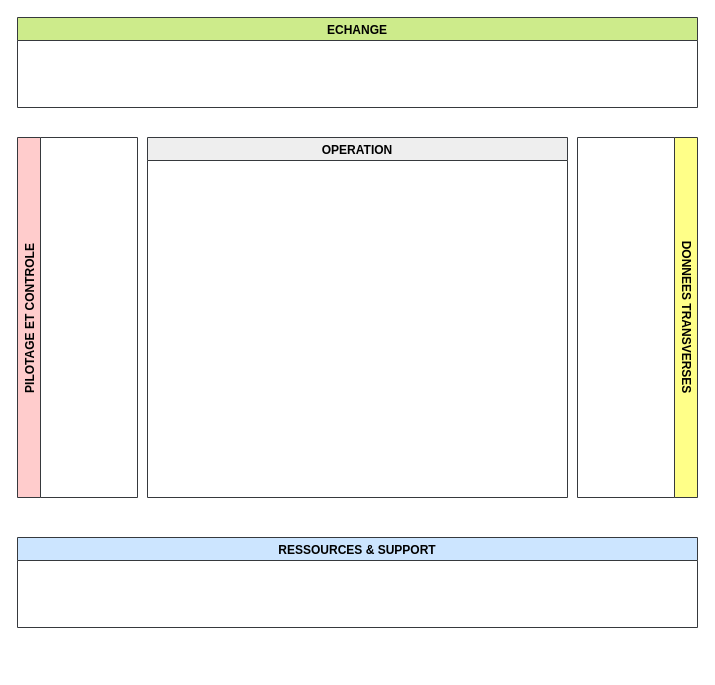
This is carte_POS.drawio from Kajjabe/TEST, a draw.io file, before an edit. Source tidied: cells renumbered, new cells numbered last; positions are measured from the earlier drawing's top-left corner, leaving out a move shared by most shapes. Both pictures are drawn from the tidied source at 100%, with x=0, y=0 at pixel (17, 17).
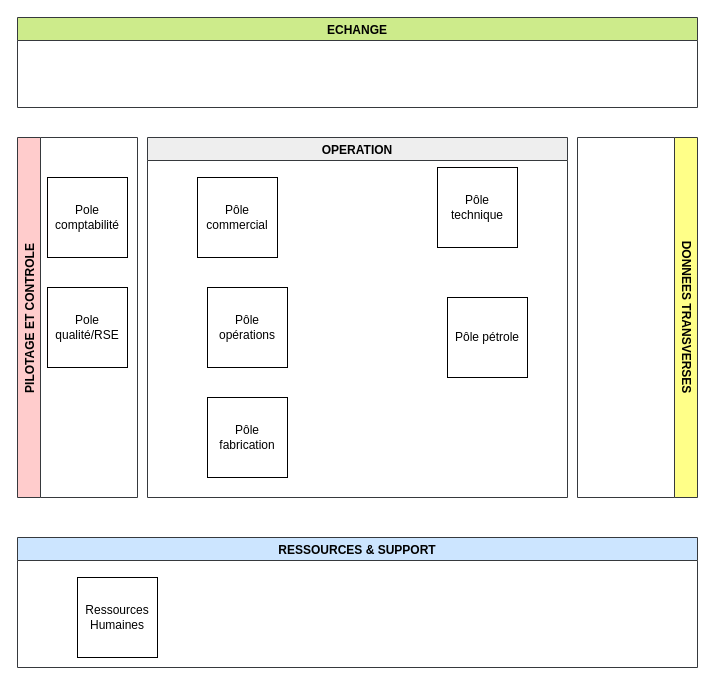
The same page after the edit.

What changed in the source:
```diff
@@
 <mxGraphModel>
   <root>
     <mxCell id="0" />
     <mxCell id="1" parent="0" />
     <mxCell id="2" value="ECHANGE" style="swimlane;fillColor=#cdeb8b;strokeColor=#36393d;" parent="1" vertex="1">
       <mxGeometry width="680" height="90" as="geometry" />
     </mxCell>
     <mxCell id="3" value="RESSOURCES &amp; SUPPORT" style="swimlane;fillColor=#cce5ff;strokeColor=#36393d;" parent="1" vertex="1">
-      <mxGeometry y="520" width="680" height="90" as="geometry" />
+      <mxGeometry y="520" width="680" height="130" as="geometry" />
     </mxCell>
+    <mxCell id="7" value="Ressources Humaines" style="whiteSpace=wrap;html=1;" parent="3" vertex="1">
+      <mxGeometry x="60" y="40" width="80" height="80" as="geometry" />
+    </mxCell>
     <mxCell id="4" value="PILOTAGE ET CONTROLE" style="swimlane;horizontal=0;fillColor=#ffcccc;strokeColor=#36393d;" parent="1" vertex="1">
       <mxGeometry y="120" width="120" height="360" as="geometry" />
     </mxCell>
+    <mxCell id="8" value="Pole comptabilité" style="whiteSpace=wrap;html=1;" parent="4" vertex="1">
+      <mxGeometry x="30" y="40" width="80" height="80" as="geometry" />
+    </mxCell>
+    <mxCell id="9" value="Pole qualité/RSE" style="whiteSpace=wrap;html=1;" parent="4" vertex="1">
+      <mxGeometry x="30" y="150" width="80" height="80" as="geometry" />
+    </mxCell>
     <mxCell id="5" value="DONNEES TRANSVERSES" style="swimlane;horizontal=0;rotation=-180;fillColor=#ffff88;strokeColor=#36393d;" parent="1" vertex="1">
       <mxGeometry x="560" y="120" width="120" height="360" as="geometry" />
     </mxCell>
     <mxCell id="6" value="OPERATION" style="swimlane;fillColor=#eeeeee;strokeColor=#36393d;" parent="1" vertex="1">
       <mxGeometry x="130" y="120" width="420" height="360" as="geometry" />
     </mxCell>
+    <mxCell id="10" value="Pôle commercial" style="whiteSpace=wrap;html=1;" parent="6" vertex="1">
+      <mxGeometry x="50" y="40" width="80" height="80" as="geometry" />
+    </mxCell>
+    <mxCell id="11" value="Pôle fabrication" style="whiteSpace=wrap;html=1;" parent="6" vertex="1">
+      <mxGeometry x="60" y="260" width="80" height="80" as="geometry" />
+    </mxCell>
+    <mxCell id="12" value="Pôle technique" style="whiteSpace=wrap;html=1;" parent="6" vertex="1">
+      <mxGeometry x="290" y="30" width="80" height="80" as="geometry" />
+    </mxCell>
+    <mxCell id="13" value="Pôle opérations" style="whiteSpace=wrap;html=1;" parent="6" vertex="1">
+      <mxGeometry x="60" y="150" width="80" height="80" as="geometry" />
+    </mxCell>
+    <mxCell id="14" value="Pôle pétrole" style="whiteSpace=wrap;html=1;" parent="6" vertex="1">
+      <mxGeometry x="300" y="160" width="80" height="80" as="geometry" />
+    </mxCell>
   </root>
 </mxGraphModel>
```
